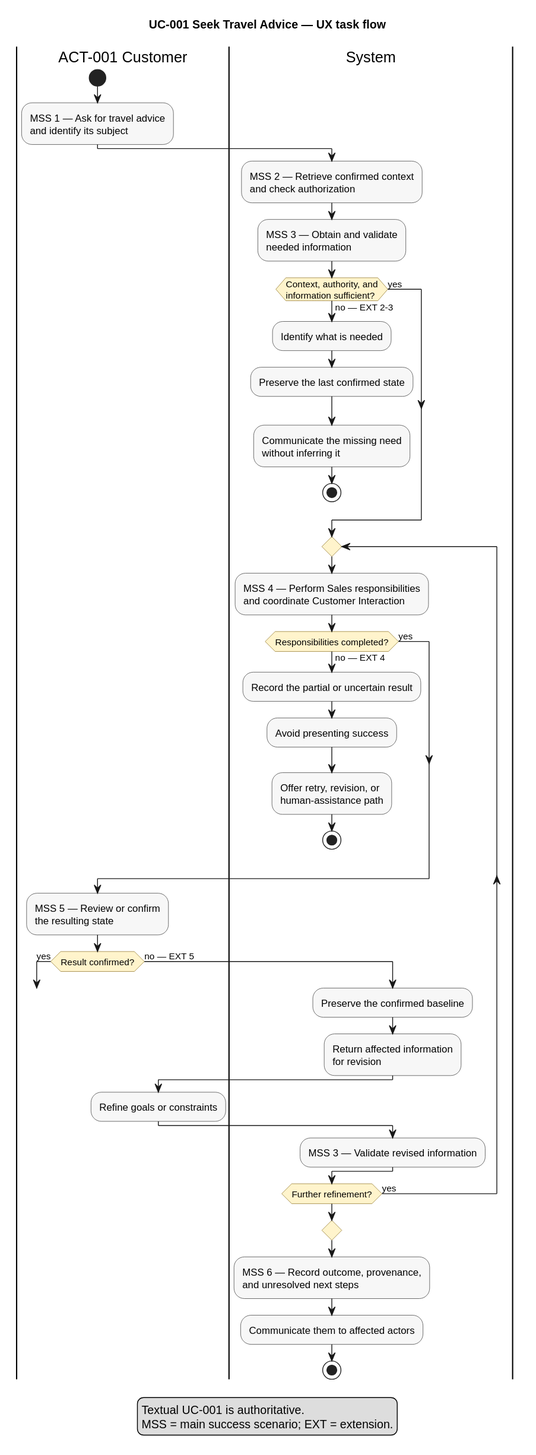
Before: docs/requirements/use-cases/uc-001-seek-travel-advice.svg, a diagram exported from PlantUML (hochschule-darmstadt/a3se_app). Its diagram source:
```plantuml
@startuml
title UC-001 Seek Travel Advice — UX task flow

skinparam shadowing false
skinparam activity {
  BackgroundColor #F7F7F7
  BorderColor #333333
  DiamondBackgroundColor #FFF4CC
  DiamondBorderColor #8A6D1D
}

|ACT-001 Customer|
start
:MSS 1 — Ask for travel advice\nand identify its subject;

|System|
:MSS 2 — Retrieve confirmed context\nand check authorization;
:MSS 3 — Obtain and validate\nneeded information;
if (Context, authority, and\ninformation sufficient?) then (yes)
else (no — EXT 2-3)
  :Identify what is needed;
  :Preserve the last confirmed state;
  :Communicate the missing need\nwithout inferring it;
  stop
endif

repeat
  :MSS 4 — Perform Sales responsibilities\nand coordinate Customer Interaction;
  if (Responsibilities completed?) then (yes)
  else (no — EXT 4)
    :Record the partial or uncertain result;
    :Avoid presenting success;
    :Offer retry, revision, or\nhuman-assistance path;
    stop
  endif

  |ACT-001 Customer|
  :MSS 5 — Review or confirm\nthe resulting state;
  if (Result confirmed?) then (yes)
    break
  else (no — EXT 5)
    |System|
    :Preserve the confirmed baseline;
    :Return affected information\nfor revision;
    |ACT-001 Customer|
    :Refine goals or constraints;
    |System|
    :MSS 3 — Validate revised information;
  endif
repeat while (Further refinement?) is (yes)

|System|
:MSS 6 — Record outcome, provenance,\nand unresolved next steps;
:Communicate them to affected actors;
stop

legend bottom
Textual UC-001 is authoritative.
MSS = main success scenario; EXT = extension.
endlegend
@enduml
```
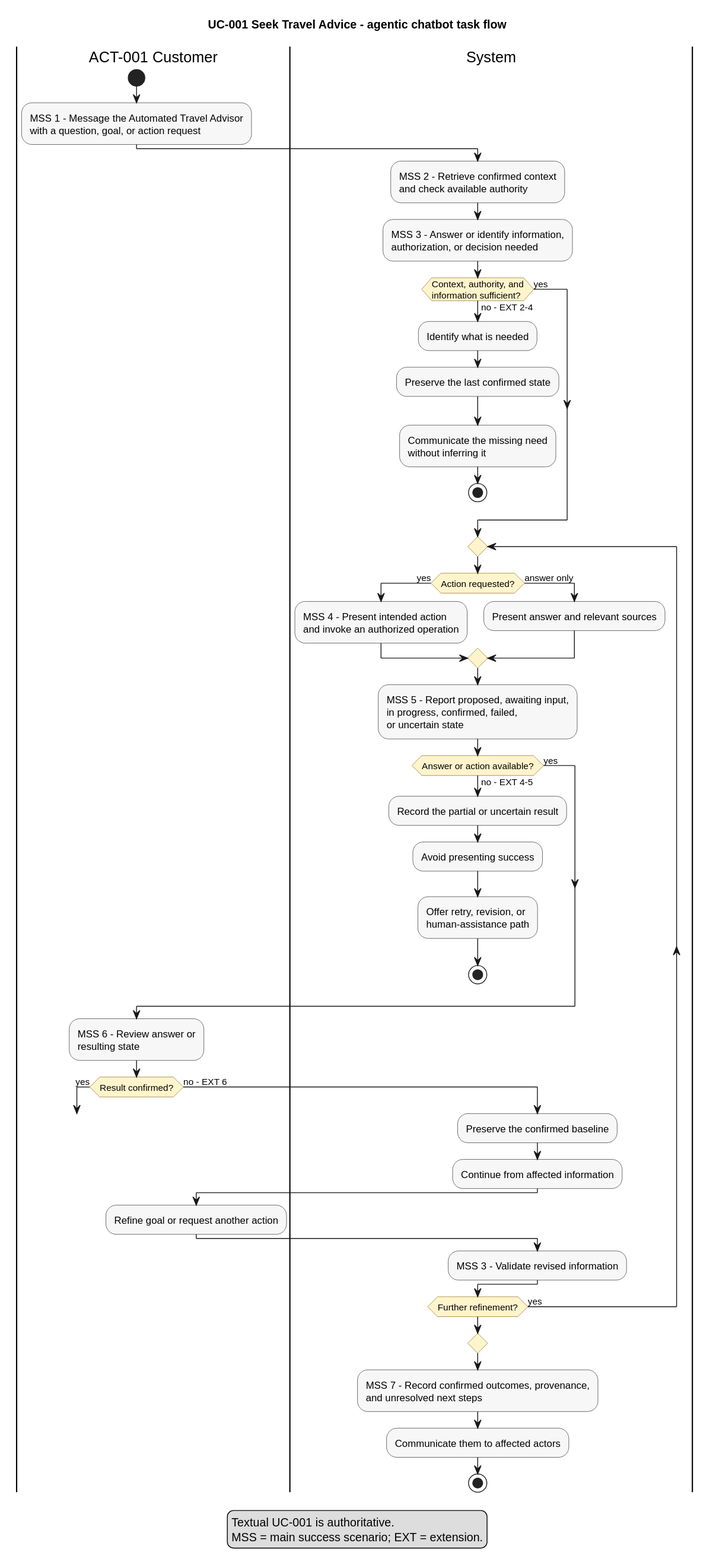
Later version of the same file.

The edit, as a diff of the source:
```diff
@@ -1,5 +1,5 @@
 @startuml
-title UC-001 Seek Travel Advice — UX task flow
+title UC-001 Seek Travel Advice - agentic chatbot task flow
 
 skinparam shadowing false
 skinparam activity {
@@ -11,13 +11,13 @@
 
 |ACT-001 Customer|
 start
-:MSS 1 — Ask for travel advice\nand identify its subject;
+:MSS 1 - Message the Automated Travel Advisor\nwith a question, goal, or action request;
 
 |System|
-:MSS 2 — Retrieve confirmed context\nand check authorization;
-:MSS 3 — Obtain and validate\nneeded information;
+:MSS 2 - Retrieve confirmed context\nand check available authority;
+:MSS 3 - Answer or identify information,\nauthorization, or decision needed;
 if (Context, authority, and\ninformation sufficient?) then (yes)
-else (no — EXT 2-3)
+else (no - EXT 2-4)
   :Identify what is needed;
   :Preserve the last confirmed state;
   :Communicate the missing need\nwithout inferring it;
@@ -25,9 +25,14 @@
 endif
 
 repeat
-  :MSS 4 — Perform Sales responsibilities\nand coordinate Customer Interaction;
-  if (Responsibilities completed?) then (yes)
-  else (no — EXT 4)
+  if (Action requested?) then (yes)
+    :MSS 4 - Present intended action\nand invoke an authorized operation;
+  else (answer only)
+    :Present answer and relevant sources;
+  endif
+  :MSS 5 - Report proposed, awaiting input,\nin progress, confirmed, failed,\nor uncertain state;
+  if (Answer or action available?) then (yes)
+  else (no - EXT 4-5)
     :Record the partial or uncertain result;
     :Avoid presenting success;
     :Offer retry, revision, or\nhuman-assistance path;
@@ -35,22 +40,22 @@
   endif
 
   |ACT-001 Customer|
-  :MSS 5 — Review or confirm\nthe resulting state;
+  :MSS 6 - Review answer or\nresulting state;
   if (Result confirmed?) then (yes)
     break
-  else (no — EXT 5)
+  else (no - EXT 6)
     |System|
     :Preserve the confirmed baseline;
-    :Return affected information\nfor revision;
+    :Continue from affected information;
     |ACT-001 Customer|
-    :Refine goals or constraints;
+    :Refine goal or request another action;
     |System|
-    :MSS 3 — Validate revised information;
+    :MSS 3 - Validate revised information;
   endif
 repeat while (Further refinement?) is (yes)
 
 |System|
-:MSS 6 — Record outcome, provenance,\nand unresolved next steps;
+:MSS 7 - Record confirmed outcomes, provenance,\nand unresolved next steps;
 :Communicate them to affected actors;
 stop
 
```
